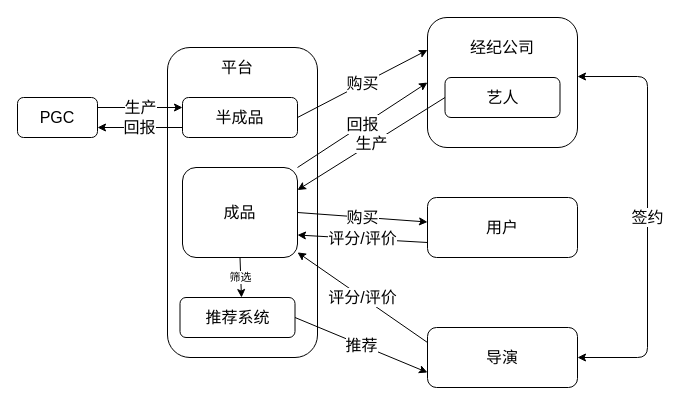
Above: 互动文学一期.drawio in loc1129/uml (draw.io), before the change. Source tidied: cells renumbered, new cells numbered last; positions are measured from the earlier drawing's top-left corner, leaving out a move shared by most shapes. Both pictures are drawn from the tidied source at 100%, with x=0, y=0 at pixel (17, 17).
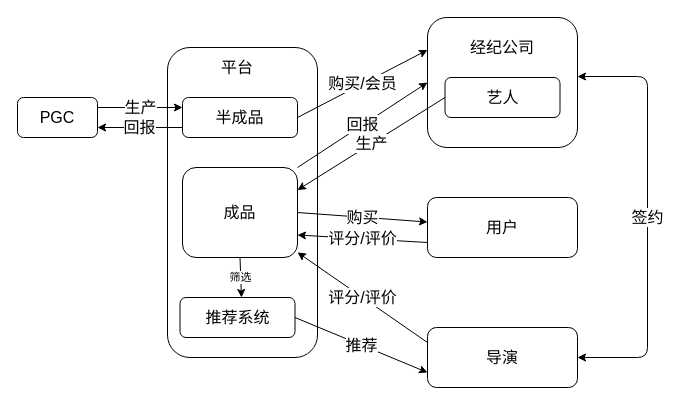
Above is the later version.

Commit message:
更新互动文学一期.drawio

The change refers to these unchanged cells:
```xml
<mxCell id="5" value="&lt;font style=&quot;font-size: 16px&quot;&gt;半成品&lt;/font&gt;" style="rounded=1;whiteSpace=wrap;html=1;" parent="1" vertex="1">
  <mxGeometry x="165" y="80" width="115" height="40" as="geometry" />
</mxCell>
<mxCell id="9" style="rounded=1;whiteSpace=wrap;html=1;" parent="1" vertex="1">
  <mxGeometry x="410" width="150" height="130" as="geometry" />
</mxCell>
```

What changed in the source:
```diff
@@
-    <mxCell id="14" value="&lt;font style=&quot;font-size: 16px&quot;&gt;购买&lt;/font&gt;" style="endArrow=classic;html=1;exitX=1;exitY=0.5;exitDx=0;exitDy=0;entryX=0;entryY=0.25;entryDx=0;entryDy=0;" parent="1" edge="1" source="5" target="9">
+    <mxCell id="14" value="&lt;font style=&quot;font-size: 16px&quot;&gt;购买/会员&lt;br&gt;&lt;/font&gt;" style="endArrow=classic;html=1;exitX=1;exitY=0.5;exitDx=0;exitDy=0;entryX=0;entryY=0.25;entryDx=0;entryDy=0;" parent="1" edge="1" source="5" target="9">
       <mxGeometry relative="1" as="geometry" />
     </mxCell>
```
